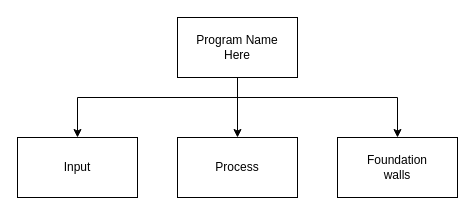
Earlier version of the draw.io diagram docs/structured-problem-solving/images/IPO.drawio (Mr-Coxall/Computer-Based-Problem-Solving). Source tidied: cells renumbered, new cells numbered last; positions are measured from the earlier drawing's top-left corner, leaving out a move shared by most shapes. Both pictures are drawn from the tidied source at 100%, with x=0, y=0 at pixel (17, 17).
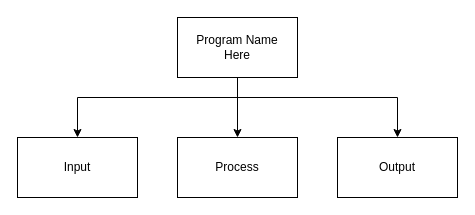
After the change.

Change to the diagram source:
```diff
@@
 <mxGraphModel>
   <root>
     <mxCell id="0" />
     <mxCell id="1" parent="0" />
     <mxCell id="2" style="edgeStyle=none;html=1;" parent="1" edge="1" source="5" target="6">
       <mxGeometry relative="1" as="geometry" />
     </mxCell>
     <mxCell id="3" style="edgeStyle=orthogonalEdgeStyle;html=1;rounded=0;" parent="1" edge="1" source="5" target="7">
       <mxGeometry relative="1" as="geometry">
         <Array as="points">
           <mxPoint x="220" y="80" />
           <mxPoint x="60" y="80" />
         </Array>
       </mxGeometry>
     </mxCell>
     <mxCell id="4" style="edgeStyle=orthogonalEdgeStyle;shape=connector;rounded=0;html=1;labelBackgroundColor=default;fontFamily=Helvetica;fontSize=11;fontColor=default;endArrow=classic;strokeColor=default;" parent="1" edge="1" source="5" target="8">
       <mxGeometry relative="1" as="geometry">
         <Array as="points">
           <mxPoint x="220" y="80" />
           <mxPoint x="380" y="80" />
         </Array>
       </mxGeometry>
     </mxCell>
     <mxCell id="5" value="Program Name&lt;br&gt;Here" style="rounded=0;whiteSpace=wrap;html=1;" parent="1" vertex="1">
       <mxGeometry x="160" width="120" height="60" as="geometry" />
     </mxCell>
     <mxCell id="6" value="Process" style="rounded=0;whiteSpace=wrap;html=1;" parent="1" vertex="1">
       <mxGeometry x="160" y="120" width="120" height="60" as="geometry" />
     </mxCell>
     <mxCell id="7" value="Input" style="rounded=0;whiteSpace=wrap;html=1;" parent="1" vertex="1">
       <mxGeometry y="120" width="120" height="60" as="geometry" />
     </mxCell>
-    <mxCell id="8" value="Foundation&lt;br&gt;walls" style="rounded=0;whiteSpace=wrap;html=1;" parent="1" vertex="1">
+    <mxCell id="8" value="Output" style="rounded=0;whiteSpace=wrap;html=1;" parent="1" vertex="1">
       <mxGeometry x="320" y="120" width="120" height="60" as="geometry" />
     </mxCell>
   </root>
 </mxGraphModel>
```
